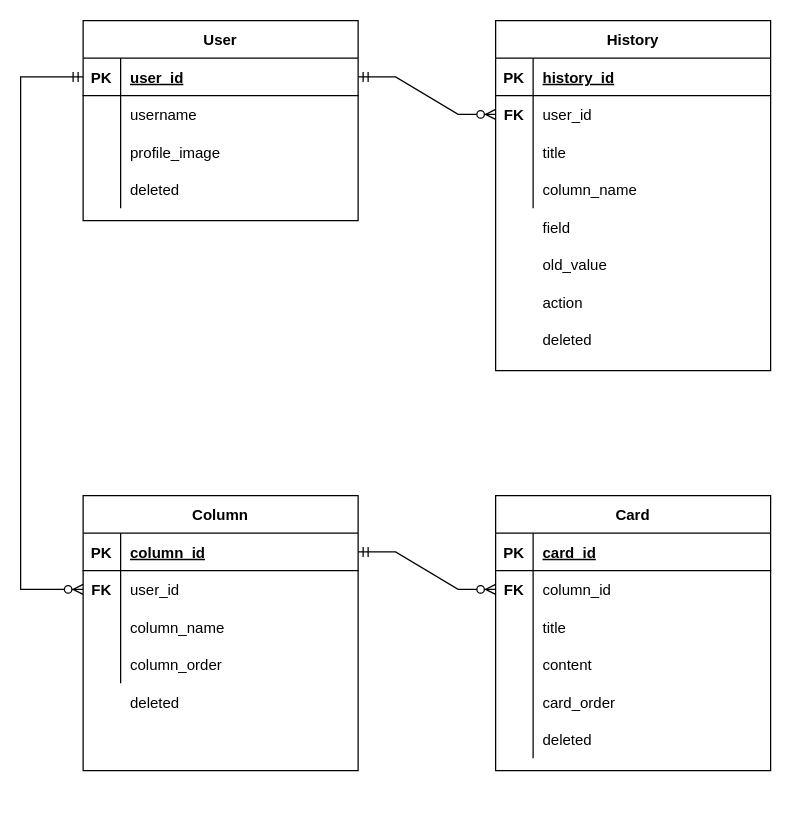
Before: page "Schema" (2 of 3) of backend/diagram.drawio in codesquad-members-2022/todo-list, a draw.io diagram. Source tidied: cells renumbered, new cells numbered last; positions are measured from the earlier drawing's top-left corner, leaving out a move shared by most shapes. Both pictures are drawn from the tidied source at 125%, with x=0, y=0 at pixel (20, 20).
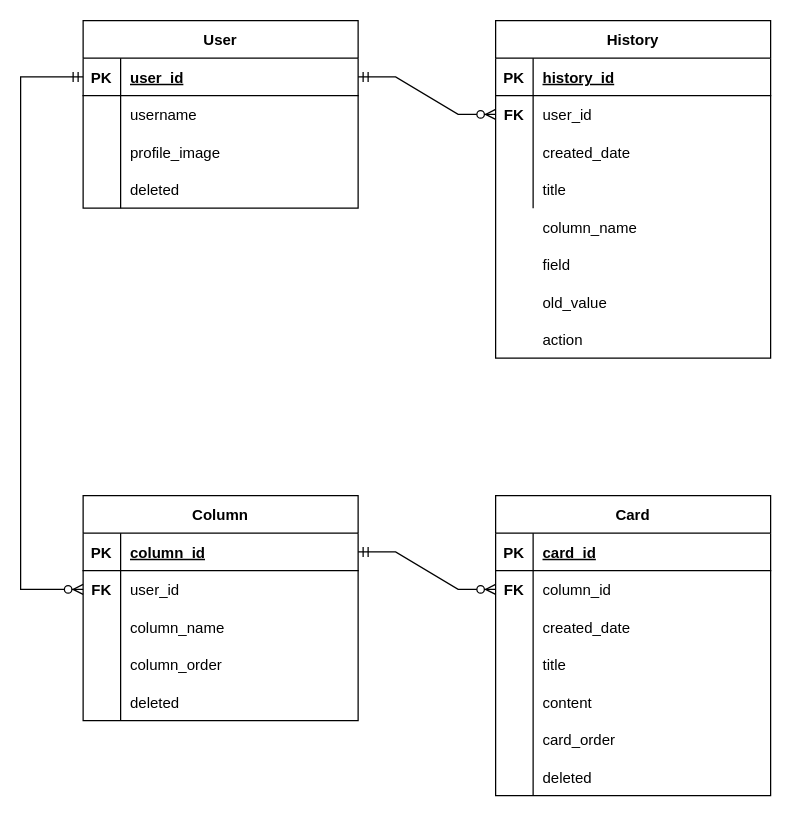
The same diagram, later.

Unchanged cells that the change refers to:
```xml
<mxCell id="26" style="shape=tableRow;horizontal=0;startSize=0;swimlaneHead=0;swimlaneBody=0;fillColor=none;top=0;left=0;right=0;bottom=0;" parent="19" vertex="1">
  <mxGeometry y="90" width="220" height="30" as="geometry" />
</mxCell>
<mxCell id="29" style="shape=tableRow;horizontal=0;startSize=0;swimlaneHead=0;swimlaneBody=0;fillColor=none;top=0;left=0;right=0;bottom=0;" parent="19" vertex="1">
  <mxGeometry y="120" width="220" height="30" as="geometry" />
</mxCell>
<mxCell id="65" style="shape=tableRow;horizontal=0;startSize=0;swimlaneHead=0;swimlaneBody=0;fillColor=none;top=0;left=0;right=0;bottom=0;" parent="58" vertex="1">
  <mxGeometry y="90" width="220" height="30" as="geometry" />
</mxCell>
<mxCell id="68" style="shape=tableRow;horizontal=0;startSize=0;swimlaneHead=0;swimlaneBody=0;fillColor=none;top=0;left=0;right=0;bottom=0;" parent="58" vertex="1">
  <mxGeometry y="120" width="220" height="30" as="geometry" />
</mxCell>
<mxCell id="71" style="shape=tableRow;horizontal=0;startSize=0;swimlaneHead=0;swimlaneBody=0;fillColor=none;top=0;left=0;right=0;bottom=0;" parent="58" vertex="1">
  <mxGeometry y="150" width="220" height="30" as="geometry" />
</mxCell>
<mxCell id="74" style="shape=tableRow;horizontal=0;startSize=0;swimlaneHead=0;swimlaneBody=0;fillColor=none;top=0;left=0;right=0;bottom=0;" parent="58" vertex="1">
  <mxGeometry y="180" width="220" height="30" as="geometry" />
</mxCell>
```

Diff of the diagram source:
```diff
@@
     <mxCell id="2" value="User" style="shape=table;startSize=30;childLayout=tableLayout;rowLines=0;fontStyle=1;align=center;" parent="1" vertex="1">
-      <mxGeometry x="50" width="220" height="160" as="geometry" />
+      <mxGeometry x="50" width="220" height="150" as="geometry" />
     </mxCell>
@@
-    <mxCell id="15" style="shape=tableRow;horizontal=0;startSize=0;swimlaneHead=0;swimlaneBody=0;fillColor=none;top=0;left=0;right=0;bottom=0;" parent="1" vertex="1">
-      <mxGeometry x="50" y="150" width="220" height="30" as="geometry" />
-    </mxCell>
-    <mxCell id="16" style="shape=partialRectangle;fillColor=none;top=0;left=0;bottom=0;right=0;overflow=hidden;" parent="15" vertex="1">
-      <mxGeometry width="30" height="30" as="geometry" />
-    </mxCell>
-    <mxCell id="17" style="shape=tableRow;horizontal=0;startSize=0;swimlaneHead=0;swimlaneBody=0;fillColor=none;top=0;left=0;right=0;bottom=0;" parent="1" vertex="1">
-      <mxGeometry x="50" y="170" width="220" height="30" as="geometry" />
-    </mxCell>
-    <mxCell id="18" style="shape=partialRectangle;fillColor=none;top=0;left=0;bottom=0;right=0;overflow=hidden;" parent="17" vertex="1">
-      <mxGeometry width="30" height="30" as="geometry" />
-    </mxCell>
     <mxCell id="19" value="History" style="shape=table;startSize=30;childLayout=tableLayout;rowLines=0;fontStyle=1;align=center;" parent="1" vertex="1">
-      <mxGeometry x="380" width="220" height="280" as="geometry" />
+      <mxGeometry x="380" width="220" height="270" as="geometry" />
     </mxCell>
@@
-    <mxCell id="28" value="title" style="shape=partialRectangle;fillColor=none;top=0;left=0;bottom=0;right=0;align=left;spacingLeft=6;overflow=hidden;" parent="26" vertex="1">
+    <mxCell id="28" value="created_date" style="shape=partialRectangle;fillColor=none;top=0;left=0;bottom=0;right=0;align=left;spacingLeft=6;overflow=hidden;" parent="26" vertex="1">
       <mxGeometry x="30" width="190" height="30" as="geometry" />
     </mxCell>
@@
-    <mxCell id="31" value="column_name" style="shape=partialRectangle;fillColor=none;top=0;left=0;bottom=0;right=0;align=left;spacingLeft=6;overflow=hidden;" parent="29" vertex="1">
+    <mxCell id="31" value="title" style="shape=partialRectangle;fillColor=none;top=0;left=0;bottom=0;right=0;align=left;spacingLeft=6;overflow=hidden;" parent="29" vertex="1">
       <mxGeometry x="30" width="190" height="30" as="geometry" />
     </mxCell>
@@
-    <mxCell id="34" style="shape=tableRow;horizontal=0;startSize=0;swimlaneHead=0;swimlaneBody=0;fillColor=none;top=0;left=0;right=0;bottom=0;" parent="1" vertex="1">
-      <mxGeometry x="380" y="170" width="220" height="30" as="geometry" />
-    </mxCell>
-    <mxCell id="35" style="shape=partialRectangle;fillColor=none;top=0;left=0;bottom=0;right=0;overflow=hidden;" parent="34" vertex="1">
-      <mxGeometry width="30" height="30" as="geometry" />
-    </mxCell>
-    <mxCell id="36" style="shape=tableRow;horizontal=0;startSize=0;swimlaneHead=0;swimlaneBody=0;fillColor=none;top=0;left=0;right=0;bottom=0;" parent="1" vertex="1">
-      <mxGeometry x="380" y="180" width="220" height="30" as="geometry" />
-    </mxCell>
-    <mxCell id="37" style="shape=partialRectangle;fillColor=none;top=0;left=0;bottom=0;right=0;overflow=hidden;" parent="36" vertex="1">
-      <mxGeometry width="30" height="30" as="geometry" />
-    </mxCell>
-    <mxCell id="38" value="old_value    " style="shape=partialRectangle;fillColor=none;top=0;left=0;bottom=0;right=0;align=left;spacingLeft=6;overflow=hidden;" parent="36" vertex="1">
-      <mxGeometry x="30" width="190" height="30" as="geometry" />
-    </mxCell>
-    <mxCell id="39" value="action" style="shape=partialRectangle;fillColor=none;top=0;left=0;bottom=0;right=0;align=left;spacingLeft=6;overflow=hidden;" parent="1" vertex="1">
-      <mxGeometry x="410" y="210" width="190" height="30" as="geometry" />
-    </mxCell>
-    <mxCell id="40" style="shape=tableRow;horizontal=0;startSize=0;swimlaneHead=0;swimlaneBody=0;fillColor=none;top=0;left=0;right=0;bottom=0;" parent="1" vertex="1">
-      <mxGeometry x="380" y="150" width="220" height="30" as="geometry" />
-    </mxCell>
-    <mxCell id="41" style="shape=partialRectangle;fillColor=none;top=0;left=0;bottom=0;right=0;overflow=hidden;" parent="40" vertex="1">
-      <mxGeometry width="30" height="30" as="geometry" />
-    </mxCell>
-    <mxCell id="42" value="field" style="shape=partialRectangle;fillColor=none;top=0;left=0;bottom=0;right=0;align=left;spacingLeft=6;overflow=hidden;" parent="40" vertex="1">
-      <mxGeometry x="30" width="190" height="30" as="geometry" />
-    </mxCell>
-    <mxCell id="43" value="deleted" style="shape=partialRectangle;fillColor=none;top=0;left=0;bottom=0;right=0;align=left;spacingLeft=6;overflow=hidden;" parent="1" vertex="1">
-      <mxGeometry x="410" y="240" width="190" height="30" as="geometry" />
-    </mxCell>
     <mxCell id="44" value="Column" style="shape=table;startSize=30;childLayout=tableLayout;rowLines=0;fontStyle=1;align=center;" parent="1" vertex="1">
-      <mxGeometry x="50" y="380" width="220" height="220" as="geometry" />
+      <mxGeometry x="50" y="380" width="220" height="180" as="geometry" />
     </mxCell>
@@
-    <mxCell id="57" value="deleted" style="shape=partialRectangle;fillColor=none;top=0;left=0;bottom=0;right=0;align=left;spacingLeft=6;overflow=hidden;" parent="1" vertex="1">
-      <mxGeometry x="80" y="530" width="190" height="30" as="geometry" />
-    </mxCell>
+    <mxCell id="80" style="shape=tableRow;horizontal=0;startSize=0;swimlaneHead=0;swimlaneBody=0;fillColor=none;top=0;left=0;right=0;bottom=0;" parent="44" vertex="1">
+      <mxGeometry y="150" width="220" height="30" as="geometry" />
+    </mxCell>
+    <mxCell id="81" style="shape=partialRectangle;fillColor=none;top=0;left=0;bottom=0;right=0;overflow=hidden;" parent="80" vertex="1">
+      <mxGeometry width="30" height="30" as="geometry" />
+    </mxCell>
+    <mxCell id="82" value="deleted" style="shape=partialRectangle;fillColor=none;top=0;left=0;bottom=0;right=0;align=left;spacingLeft=6;overflow=hidden;" parent="80" vertex="1">
+      <mxGeometry x="30" width="190" height="30" as="geometry" />
+    </mxCell>
     <mxCell id="58" value="Card" style="shape=table;startSize=30;childLayout=tableLayout;rowLines=0;fontStyle=1;align=center;" parent="1" vertex="1">
-      <mxGeometry x="380" y="380" width="220" height="220" as="geometry" />
+      <mxGeometry x="380" y="380" width="220" height="240" as="geometry" />
     </mxCell>
@@
-    <mxCell id="67" value="title    " style="shape=partialRectangle;fillColor=none;top=0;left=0;bottom=0;right=0;align=left;spacingLeft=6;overflow=hidden;" parent="65" vertex="1">
+    <mxCell id="67" value="created_date" style="shape=partialRectangle;fillColor=none;top=0;left=0;bottom=0;right=0;align=left;spacingLeft=6;overflow=hidden;" parent="65" vertex="1">
       <mxGeometry x="30" width="190" height="30" as="geometry" />
     </mxCell>
@@
-    <mxCell id="70" value="content" style="shape=partialRectangle;fillColor=none;top=0;left=0;bottom=0;right=0;align=left;spacingLeft=6;overflow=hidden;" parent="68" vertex="1">
+    <mxCell id="70" value="title" style="shape=partialRectangle;fillColor=none;top=0;left=0;bottom=0;right=0;align=left;spacingLeft=6;overflow=hidden;" parent="68" vertex="1">
       <mxGeometry x="30" width="190" height="30" as="geometry" />
     </mxCell>
@@
-    <mxCell id="73" value="card_order" style="shape=partialRectangle;fillColor=none;top=0;left=0;bottom=0;right=0;align=left;spacingLeft=6;overflow=hidden;" parent="71" vertex="1">
+    <mxCell id="73" value="content" style="shape=partialRectangle;fillColor=none;top=0;left=0;bottom=0;right=0;align=left;spacingLeft=6;overflow=hidden;" parent="71" vertex="1">
       <mxGeometry x="30" width="190" height="30" as="geometry" />
     </mxCell>
@@
-    <mxCell id="76" value="deleted" style="shape=partialRectangle;fillColor=none;top=0;left=0;bottom=0;right=0;align=left;spacingLeft=6;overflow=hidden;" parent="74" vertex="1">
+    <mxCell id="76" value="card_order" style="shape=partialRectangle;fillColor=none;top=0;left=0;bottom=0;right=0;align=left;spacingLeft=6;overflow=hidden;" parent="74" vertex="1">
       <mxGeometry x="30" width="190" height="30" as="geometry" />
     </mxCell>
+    <mxCell id="83" style="shape=tableRow;horizontal=0;startSize=0;swimlaneHead=0;swimlaneBody=0;fillColor=none;top=0;left=0;right=0;bottom=0;" parent="58" vertex="1">
+      <mxGeometry y="210" width="220" height="30" as="geometry" />
+    </mxCell>
+    <mxCell id="84" style="shape=partialRectangle;fillColor=none;top=0;left=0;bottom=0;right=0;overflow=hidden;" parent="83" vertex="1">
+      <mxGeometry width="30" height="30" as="geometry" />
+    </mxCell>
+    <mxCell id="85" value="deleted" style="shape=partialRectangle;fillColor=none;top=0;left=0;bottom=0;right=0;align=left;spacingLeft=6;overflow=hidden;" parent="83" vertex="1">
+      <mxGeometry x="30" width="190" height="30" as="geometry" />
+    </mxCell>
@@
+    <mxCell id="40" style="shape=tableRow;horizontal=0;startSize=0;swimlaneHead=0;swimlaneBody=0;fillColor=none;top=0;left=0;right=0;bottom=0;" parent="1" vertex="1">
+      <mxGeometry x="380" y="150" width="220" height="30" as="geometry" />
+    </mxCell>
+    <mxCell id="86" style="shape=partialRectangle;fillColor=none;top=0;left=0;bottom=0;right=0;overflow=hidden;" parent="40" vertex="1">
+      <mxGeometry width="30" height="30" as="geometry" />
+    </mxCell>
+    <mxCell id="87" value="column_name" style="shape=partialRectangle;fillColor=none;top=0;left=0;bottom=0;right=0;align=left;spacingLeft=6;overflow=hidden;" parent="40" vertex="1">
+      <mxGeometry x="30" width="190" height="30" as="geometry" />
+    </mxCell>
+    <mxCell id="36" style="shape=tableRow;horizontal=0;startSize=0;swimlaneHead=0;swimlaneBody=0;fillColor=none;top=0;left=0;right=0;bottom=0;" parent="1" vertex="1">
+      <mxGeometry x="380" y="180" width="220" height="30" as="geometry" />
+    </mxCell>
+    <mxCell id="88" style="shape=partialRectangle;fillColor=none;top=0;left=0;bottom=0;right=0;overflow=hidden;" parent="36" vertex="1">
+      <mxGeometry width="30" height="30" as="geometry" />
+    </mxCell>
+    <mxCell id="42" value="field" style="shape=partialRectangle;fillColor=none;top=0;left=0;bottom=0;right=0;align=left;spacingLeft=6;overflow=hidden;" parent="36" vertex="1">
+      <mxGeometry x="30" width="190" height="30" as="geometry" />
+    </mxCell>
+    <mxCell id="89" style="shape=tableRow;horizontal=0;startSize=0;swimlaneHead=0;swimlaneBody=0;fillColor=none;top=0;left=0;right=0;bottom=0;" parent="1" vertex="1">
+      <mxGeometry x="380" y="210" width="220" height="30" as="geometry" />
+    </mxCell>
+    <mxCell id="90" style="shape=partialRectangle;fillColor=none;top=0;left=0;bottom=0;right=0;overflow=hidden;" parent="89" vertex="1">
+      <mxGeometry width="30" height="30" as="geometry" />
+    </mxCell>
+    <mxCell id="38" value="old_value" style="shape=partialRectangle;fillColor=none;top=0;left=0;bottom=0;right=0;align=left;spacingLeft=6;overflow=hidden;" parent="89" vertex="1">
+      <mxGeometry x="30" width="190" height="30" as="geometry" />
+    </mxCell>
+    <mxCell id="91" style="shape=tableRow;horizontal=0;startSize=0;swimlaneHead=0;swimlaneBody=0;fillColor=none;top=0;left=0;right=0;bottom=0;" parent="1" vertex="1">
+      <mxGeometry x="380" y="240" width="220" height="30" as="geometry" />
+    </mxCell>
+    <mxCell id="92" style="shape=partialRectangle;fillColor=none;top=0;left=0;bottom=0;right=0;overflow=hidden;" parent="91" vertex="1">
+      <mxGeometry width="30" height="30" as="geometry" />
+    </mxCell>
+    <mxCell id="39" value="action" style="shape=partialRectangle;fillColor=none;top=0;left=0;bottom=0;right=0;align=left;spacingLeft=6;overflow=hidden;" parent="91" vertex="1">
+      <mxGeometry x="30" width="190" height="30" as="geometry" />
+    </mxCell>
```
